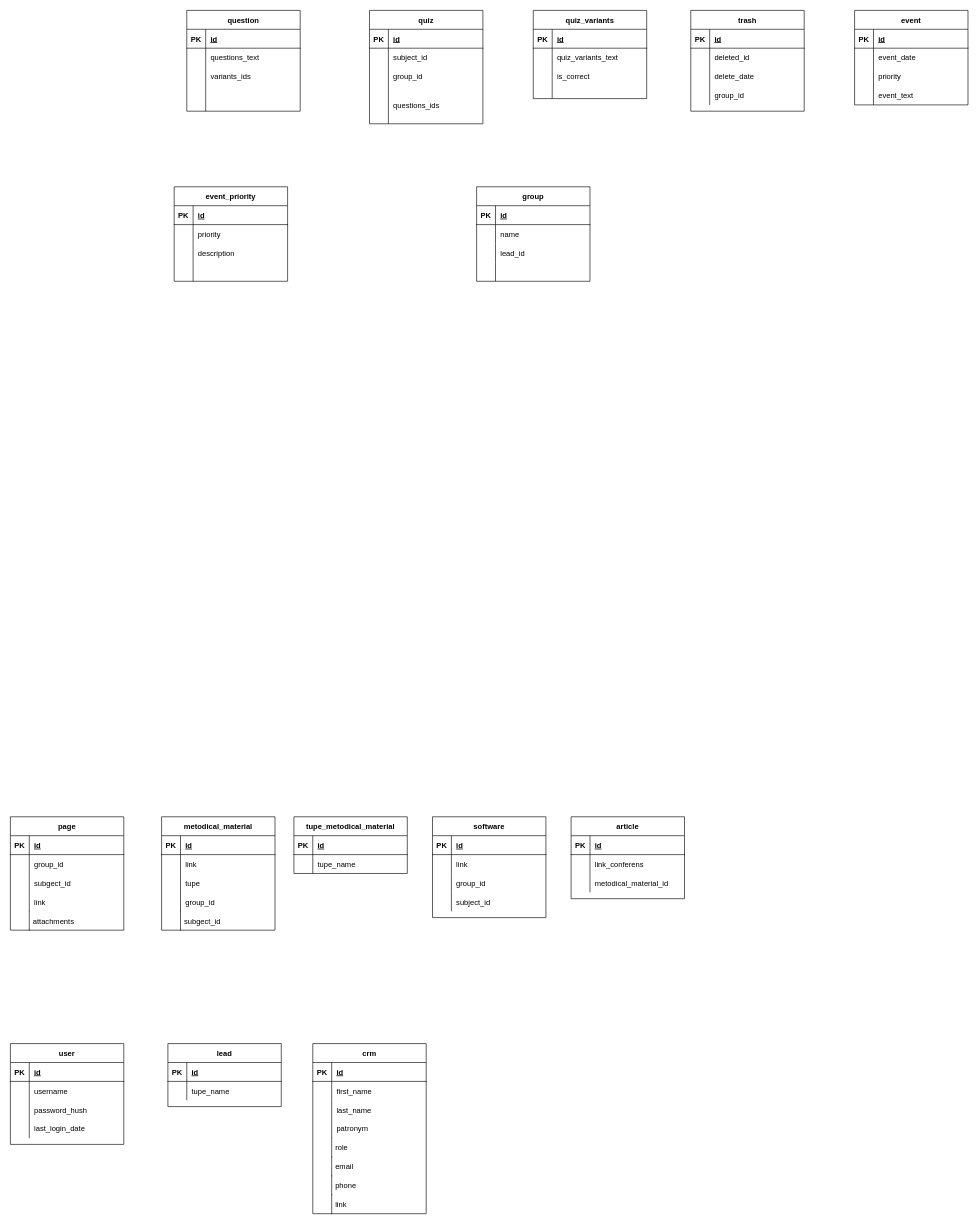
The draw.io diagram Untitled Diagram.drawio in student-archive/backend, before the edit. Source tidied: cells renumbered, new cells numbered last; positions are measured from the earlier drawing's top-left corner, leaving out a move shared by most shapes. Both pictures are drawn from the tidied source at 63%, with x=0, y=0 at pixel (10, 10).
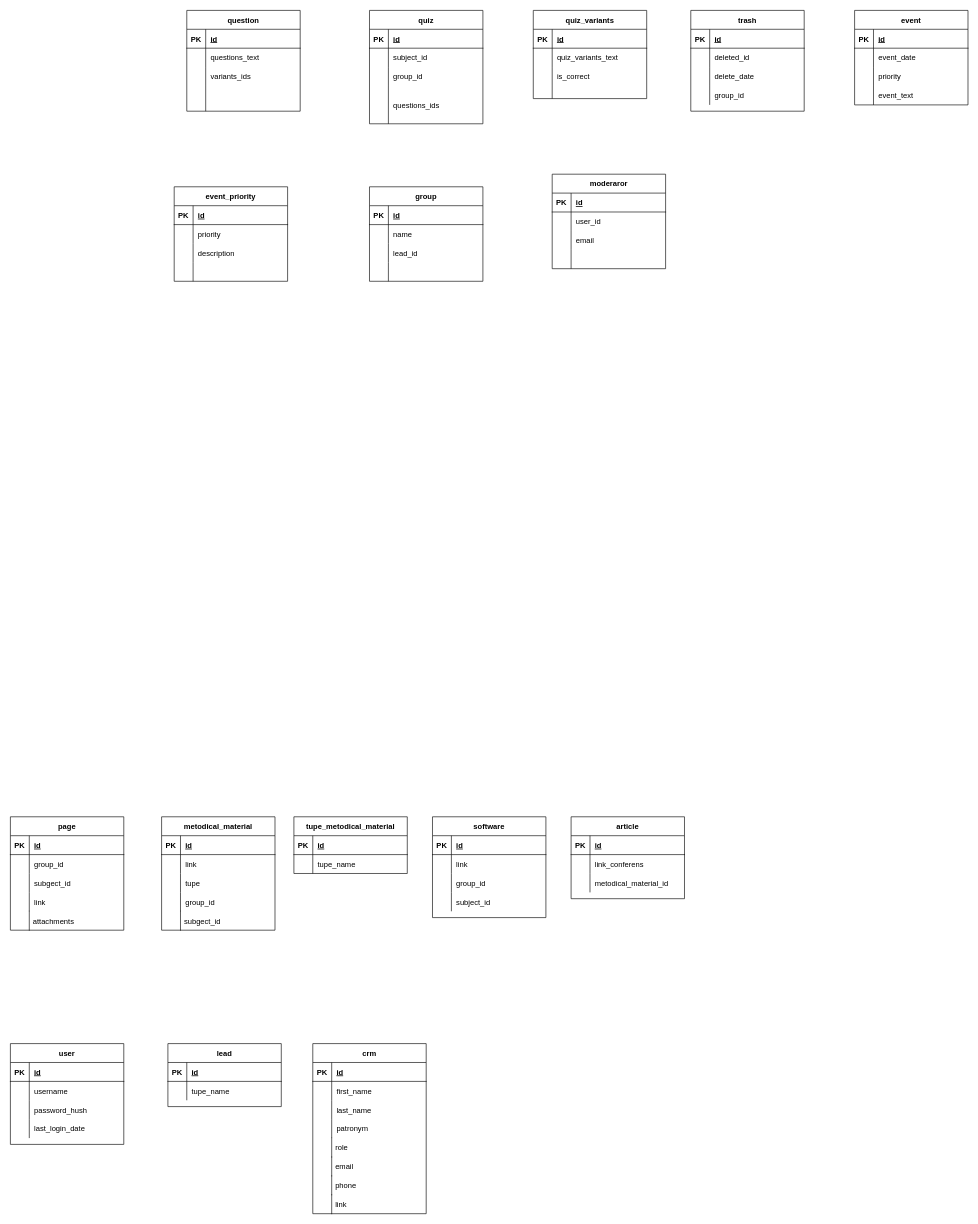
After the change.

Commit message:
feat(databases): add moderator table

Change to the diagram source:
```diff
@@
     <mxCell id="173" value="group" style="shape=table;startSize=30;childLayout=tableLayout;rowLines=0;fontStyle=1;align=center;" parent="1" vertex="1">
-      <mxGeometry x="740" y="280" width="180" height="150" as="geometry" />
+      <mxGeometry x="570" y="280" width="180" height="150" as="geometry" />
     </mxCell>
@@
+    <mxCell id="194" value="moderaror" style="shape=table;startSize=30;childLayout=tableLayout;rowLines=0;fontStyle=1;align=center;" parent="1" vertex="1">
+      <mxGeometry x="860" y="260" width="180" height="150" as="geometry" />
+    </mxCell>
+    <mxCell id="195" style="shape=tableRow;horizontal=0;startSize=0;swimlaneHead=0;swimlaneBody=0;fillColor=none;top=0;left=0;right=0;bottom=1;" parent="194" vertex="1">
+      <mxGeometry y="30" width="180" height="30" as="geometry" />
+    </mxCell>
+    <mxCell id="196" value="PK" style="shape=partialRectangle;fillColor=none;top=0;left=0;bottom=0;right=0;fontStyle=1;overflow=hidden;" parent="195" vertex="1">
+      <mxGeometry width="30" height="30" as="geometry" />
+    </mxCell>
+    <mxCell id="197" value="id" style="shape=partialRectangle;fillColor=none;top=0;left=0;bottom=0;right=0;align=left;spacingLeft=6;fontStyle=5;overflow=hidden;" parent="195" vertex="1">
+      <mxGeometry x="30" width="150" height="30" as="geometry" />
+    </mxCell>
+    <mxCell id="198" style="shape=tableRow;horizontal=0;startSize=0;swimlaneHead=0;swimlaneBody=0;fillColor=none;top=0;left=0;right=0;bottom=0;" parent="194" vertex="1">
+      <mxGeometry y="60" width="180" height="30" as="geometry" />
+    </mxCell>
+    <mxCell id="199" style="shape=partialRectangle;fillColor=none;top=0;left=0;bottom=0;right=0;overflow=hidden;" parent="198" vertex="1">
+      <mxGeometry width="30" height="30" as="geometry" />
+    </mxCell>
+    <mxCell id="200" value="user_id" style="shape=partialRectangle;fillColor=none;top=0;left=0;bottom=0;right=0;align=left;spacingLeft=6;overflow=hidden;" parent="198" vertex="1">
+      <mxGeometry x="30" width="150" height="30" as="geometry" />
+    </mxCell>
+    <mxCell id="201" style="shape=tableRow;horizontal=0;startSize=0;swimlaneHead=0;swimlaneBody=0;fillColor=none;top=0;left=0;right=0;bottom=0;" parent="194" vertex="1">
+      <mxGeometry y="90" width="180" height="30" as="geometry" />
+    </mxCell>
+    <mxCell id="202" style="shape=partialRectangle;fillColor=none;top=0;left=0;bottom=0;right=0;overflow=hidden;" parent="201" vertex="1">
+      <mxGeometry width="30" height="30" as="geometry" />
+    </mxCell>
+    <mxCell id="203" value="email" style="shape=partialRectangle;fillColor=none;top=0;left=0;bottom=0;right=0;align=left;spacingLeft=6;overflow=hidden;" parent="201" vertex="1">
+      <mxGeometry x="30" width="150" height="30" as="geometry" />
+    </mxCell>
+    <mxCell id="204" style="shape=tableRow;horizontal=0;startSize=0;swimlaneHead=0;swimlaneBody=0;fillColor=none;top=0;left=0;right=0;bottom=0;" parent="194" vertex="1">
+      <mxGeometry y="120" width="180" height="30" as="geometry" />
+    </mxCell>
+    <mxCell id="205" style="shape=partialRectangle;fillColor=none;top=0;left=0;bottom=0;right=0;overflow=hidden;" parent="204" vertex="1">
+      <mxGeometry width="30" height="30" as="geometry" />
+    </mxCell>
+    <mxCell id="206" style="shape=partialRectangle;fillColor=none;top=0;left=0;bottom=0;right=0;align=left;spacingLeft=6;overflow=hidden;" parent="204" vertex="1">
+      <mxGeometry x="30" width="150" height="30" as="geometry" />
+    </mxCell>
```
